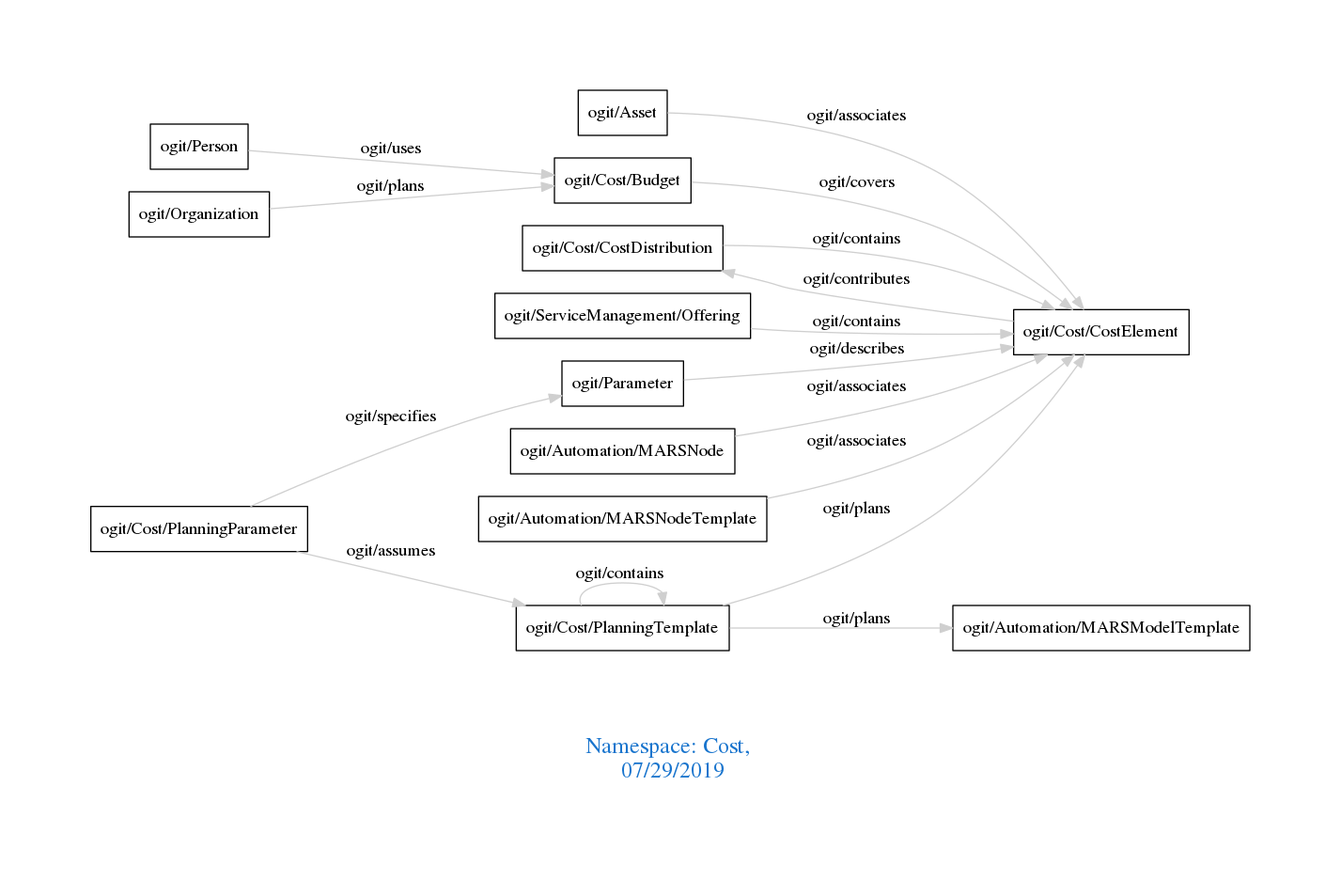
Above: downloads/Cost.png in arago/OGIT (Graphviz), before the change. Its source is kept beside it as downloads/Cost.dot.
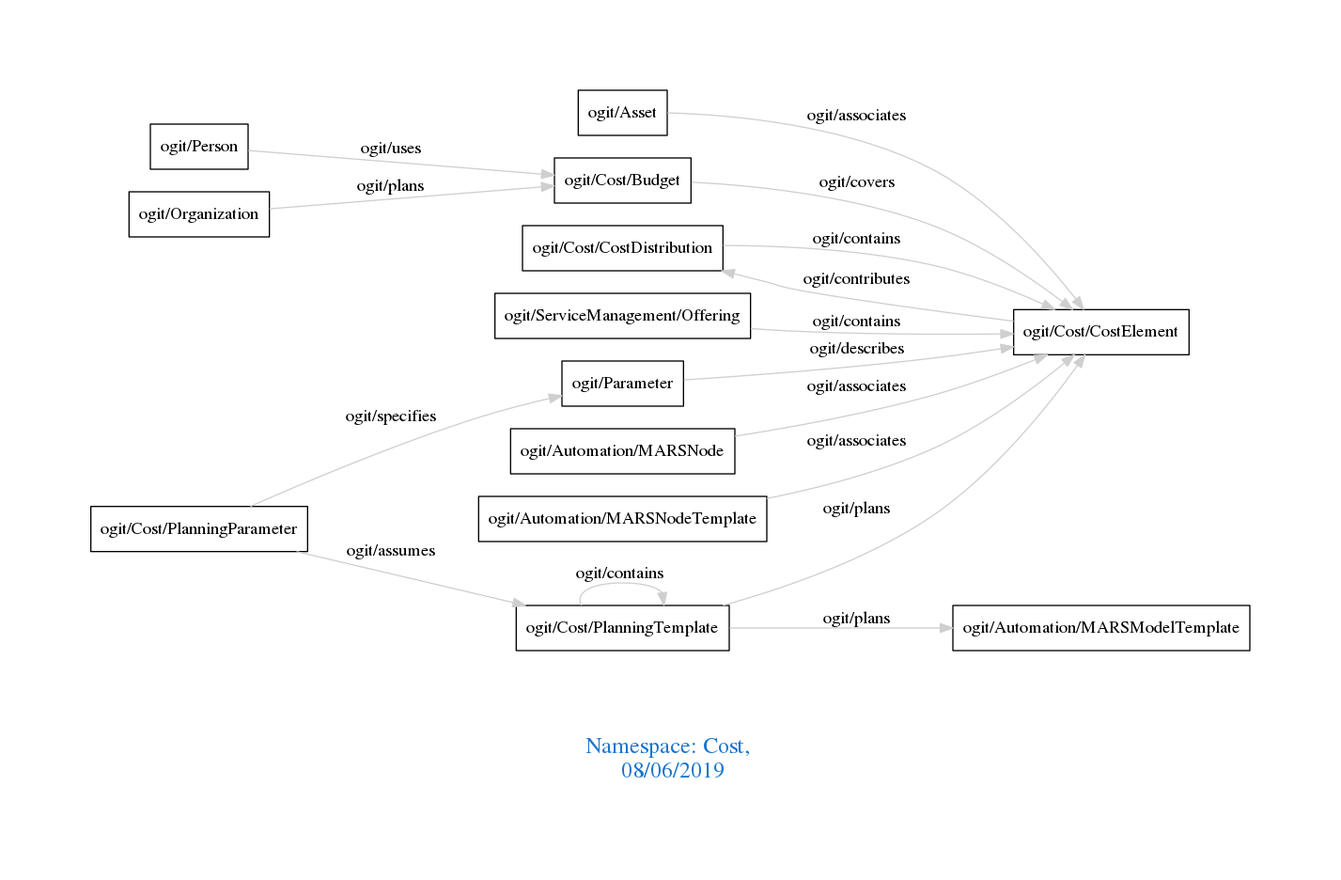
After the change.

Change to the diagram source:
```diff
@@ -1,7 +1,7 @@
 digraph OGIT_ontology {
  graph [ rankdir= LR,pad=1
 fontsize = 18,
-fontcolor= dodgerblue3,label = "\n\n\nNamespace: Cost, \n 07/29/2019"];
+fontcolor= dodgerblue3,label = "\n\n\nNamespace: Cost, \n 08/06/2019"];
 node[shape=polygon];
 edge [  color="gray81"];
 
```
